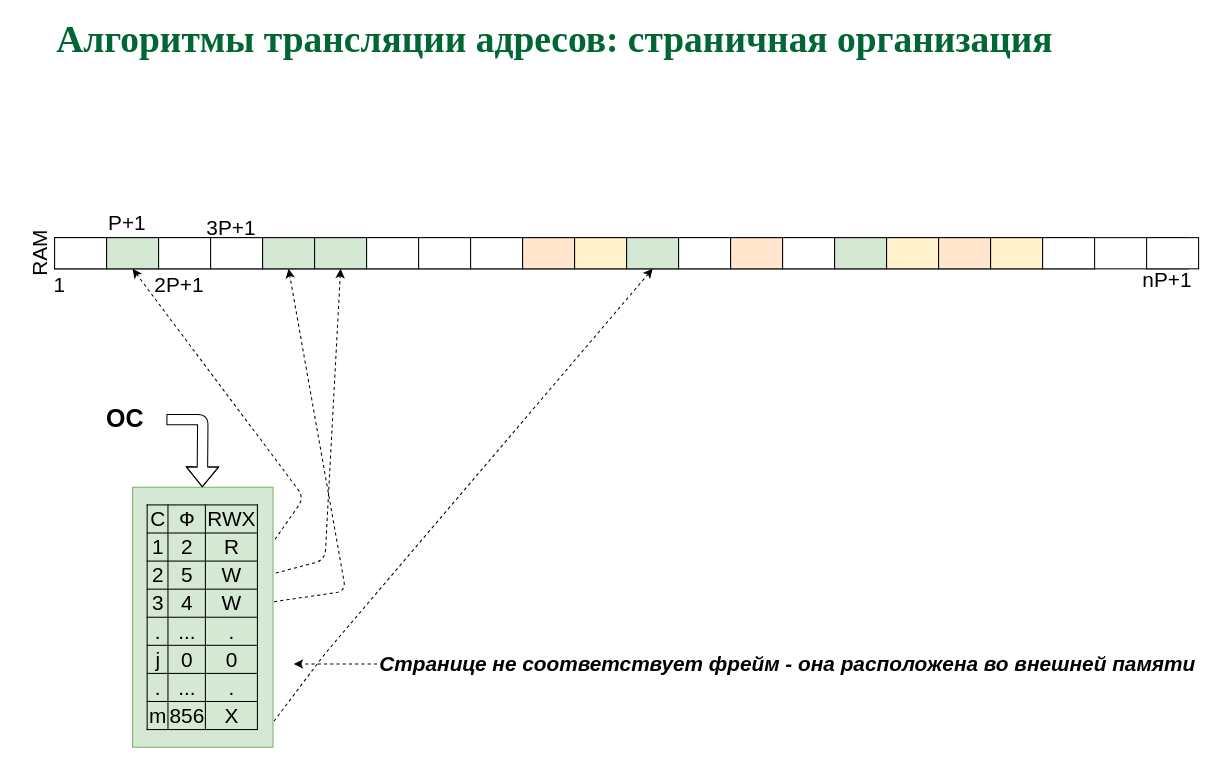
This is page "P29" (29 of 34) of slides/memmgt.drawio from 77maxikov/os_course, a draw.io file, before an edit. Source tidied: cells renumbered, new cells numbered last; positions are measured from the earlier drawing's top-left corner, leaving out a move shared by most shapes. Both pictures are drawn from the tidied source at 104%, with x=0, y=0 at pixel (12, 29).
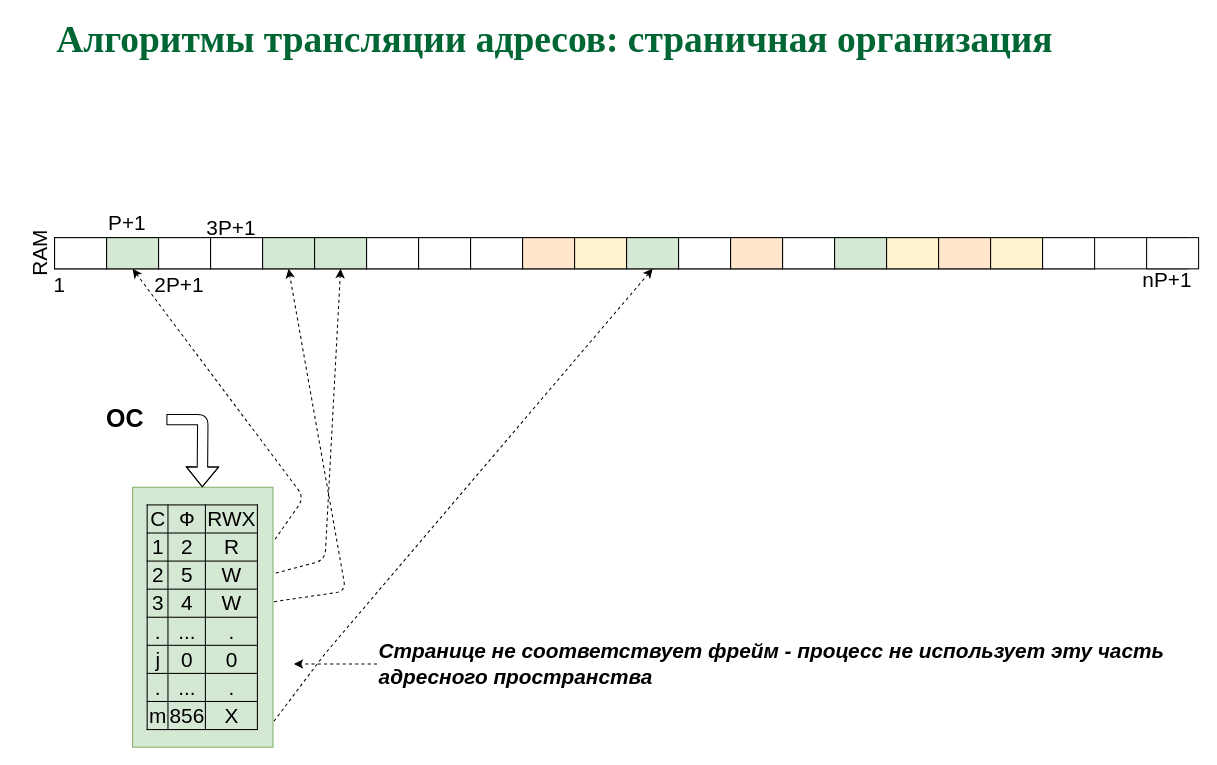
The same page after the edit.

Change to the diagram source:
```diff
@@
-    <mxCell id="38" value="&lt;h2&gt;&lt;font style=&quot;font-size: 20px ; background-color: rgb(255 , 255 , 255)&quot;&gt;&lt;i&gt;Странице не соответствует фрейм - она расположена во внешней памяти&lt;/i&gt;&lt;/font&gt;&lt;/h2&gt;" style="text;html=1;strokeColor=none;fillColor=none;align=center;verticalAlign=middle;whiteSpace=wrap;rounded=0;" parent="1" vertex="1">
+    <mxCell id="38" value="&lt;h2&gt;&lt;font style=&quot;font-size: 20px ; background-color: rgb(255 , 255 , 255)&quot;&gt;&lt;i&gt;Странице не соответствует фрейм - процесс не использует эту часть адресного пространства&lt;/i&gt;&lt;/font&gt;&lt;/h2&gt;" style="text;html=1;strokeColor=none;fillColor=none;align=left;verticalAlign=middle;whiteSpace=wrap;rounded=0;" parent="1" vertex="1">
       <mxGeometry x="350" y="590" width="790" height="40" as="geometry" />
     </mxCell>
```
